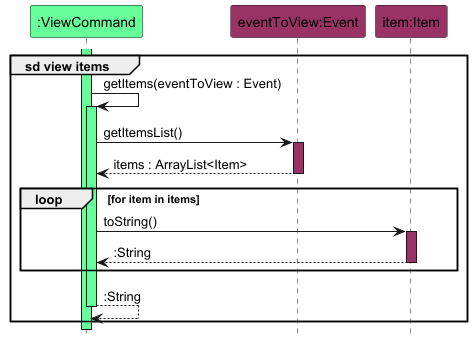
Earlier version of the PlantUML export docs/images/ViewItemSequenceDiagram.png (nus-cs2113-AY2425S1/tp).
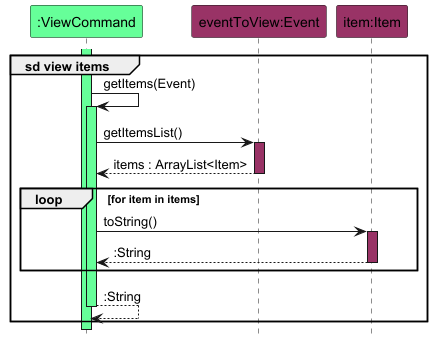
The same diagram one commit later.

What changed in the source:
```diff
@@ -8,7 +8,7 @@
 
 group sd view items
 activate command COMMAND_COLOUR
-    command -> command : getItems(eventToView : Event)
+    command -> command : getItems(Event)
     activate command COMMAND_COLOUR
 
     command -> event : getItemsList()
```
